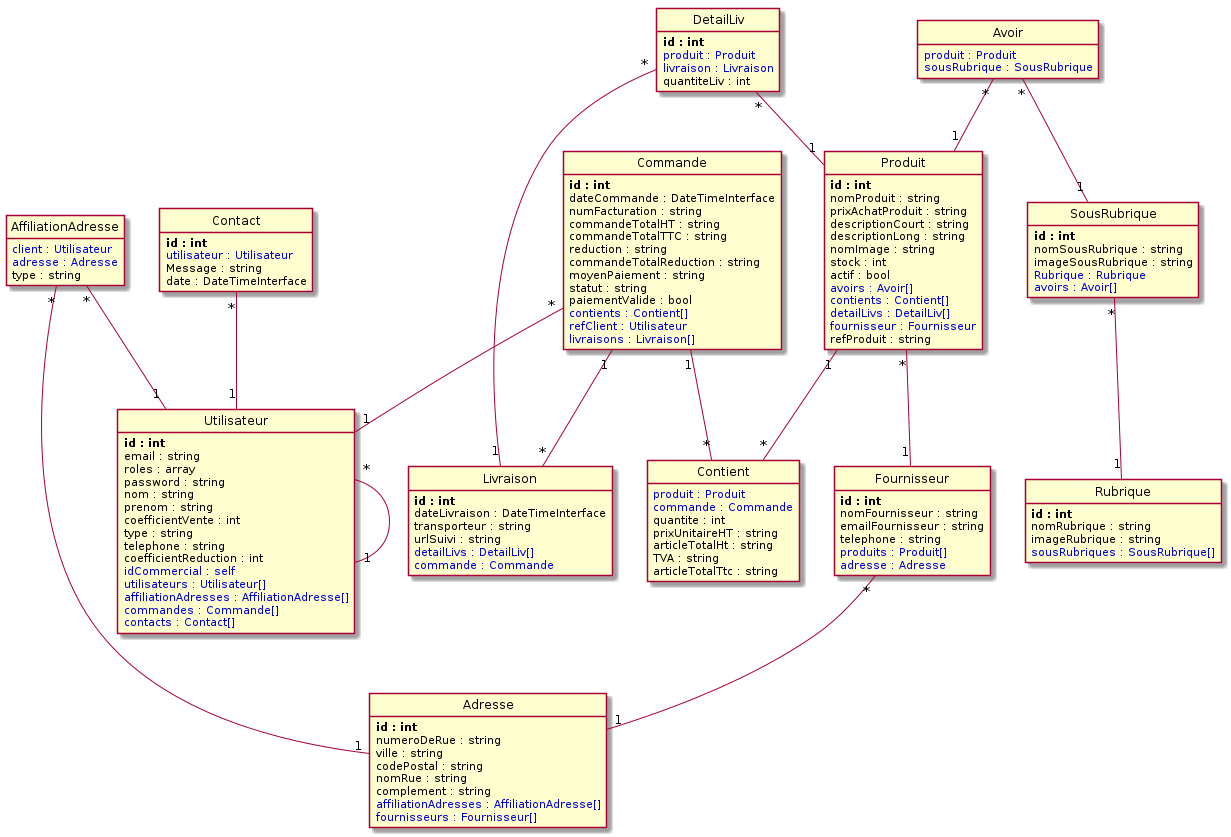
Before: VillageGreen/puml/index.png, a diagram exported from PlantUML (SjSlayde/greenvillage). Its source is kept beside it as VillageGreen/puml/index.puml.
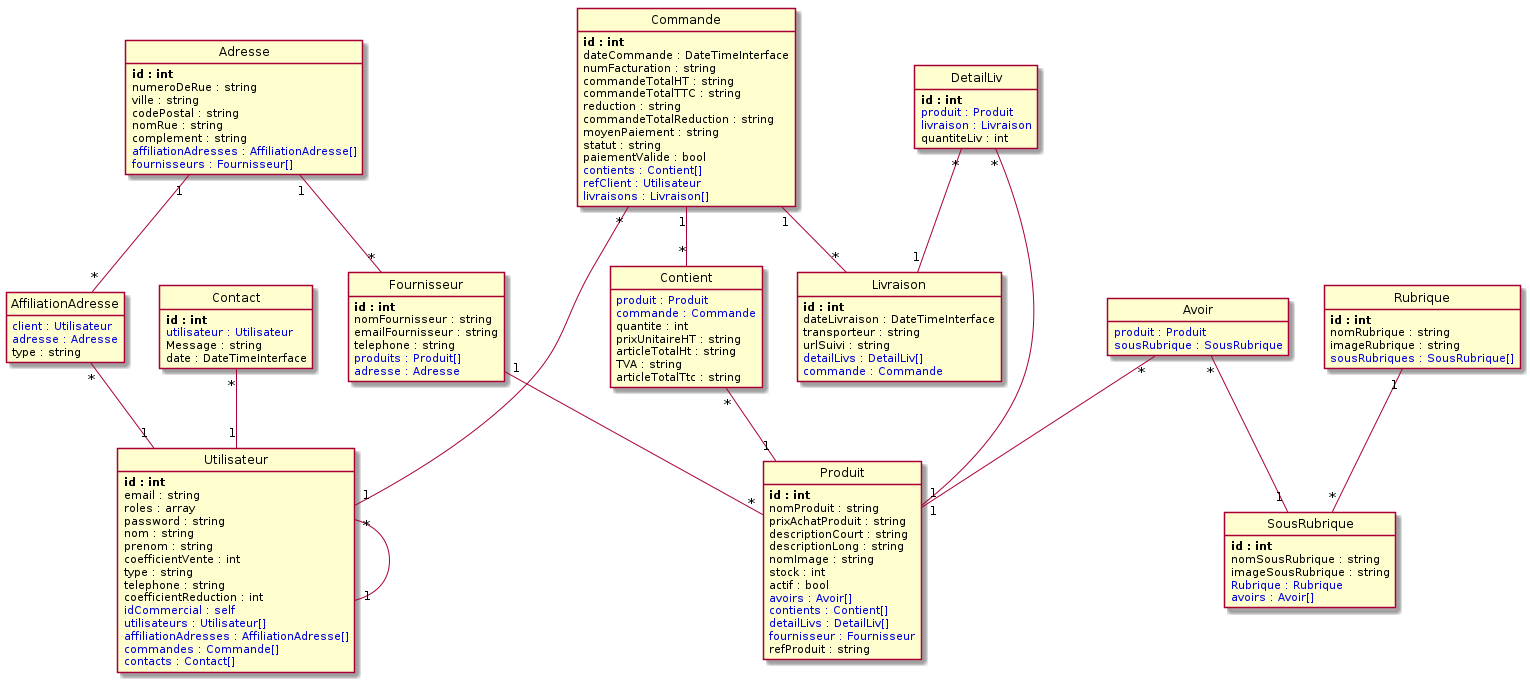
The same file after the commit.

The edit, as a diff of the source:
```diff
@@ -1,16 +1,24 @@
 @startuml
-class DetailLiv {
+class Adresse {
 	**id : int**
-	<color:#0000dd>produit : Produit</color>
-	<color:#0000dd>livraison : Livraison</color>
-	quantiteLiv : int
+	numeroDeRue : string
+	ville : string
+	codePostal : string
+	nomRue : string
+	complement : string
+	<color:#0000dd>affiliationAdresses : AffiliationAdresse[]</color>
+	<color:#0000dd>fournisseurs : Fournisseur[]</color>
 }
 
-class Contact {
-	**id : int**
-	<color:#0000dd>utilisateur : Utilisateur</color>
-	Message : string
-	date : DateTimeInterface
+class AffiliationAdresse {
+	<color:#0000dd>client : Utilisateur</color>
+	<color:#0000dd>adresse : Adresse</color>
+	type : string
+}
+
+class Avoir {
+	<color:#0000dd>produit : Produit</color>
+	<color:#0000dd>sousRubrique : SousRubrique</color>
 }
 
 class Commande {
@@ -29,9 +37,46 @@
 	<color:#0000dd>livraisons : Livraison[]</color>
 }
 
-class Avoir {
+class Contact {
+	**id : int**
+	<color:#0000dd>utilisateur : Utilisateur</color>
+	Message : string
+	date : DateTimeInterface
+}
+
+class Contient {
 	<color:#0000dd>produit : Produit</color>
-	<color:#0000dd>sousRubrique : SousRubrique</color>
+	<color:#0000dd>commande : Commande</color>
+	quantite : int
+	prixUnitaireHT : string
+	articleTotalHt : string
+	TVA : string
+	articleTotalTtc : string
+}
+
+class DetailLiv {
+	**id : int**
+	<color:#0000dd>produit : Produit</color>
+	<color:#0000dd>livraison : Livraison</color>
+	quantiteLiv : int
+}
+
+class Fournisseur {
+	**id : int**
+	nomFournisseur : string
+	emailFournisseur : string
+	telephone : string
+	<color:#0000dd>produits : Produit[]</color>
+	<color:#0000dd>adresse : Adresse</color>
+}
+
+class Livraison {
+	**id : int**
+	dateLivraison : DateTimeInterface
+	transporteur : string
+	urlSuivi : string
+	<color:#0000dd>detailLivs : DetailLiv[]</color>
+	<color:#0000dd>commande : Commande</color>
 }
 
 class Produit {
@@ -50,19 +95,11 @@
 	refProduit : string
 }
 
-class Livraison {
+class Rubrique {
 	**id : int**
-	dateLivraison : DateTimeInterface
-	transporteur : string
-	urlSuivi : string
-	<color:#0000dd>detailLivs : DetailLiv[]</color>
-	<color:#0000dd>commande : Commande</color>
-}
-
-class AffiliationAdresse {
-	<color:#0000dd>client : Utilisateur</color>
-	<color:#0000dd>adresse : Adresse</color>
-	type : string
+	nomRubrique : string
+	imageRubrique : string
+	<color:#0000dd>sousRubriques : SousRubrique[]</color>
 }
 
 class SousRubrique {
@@ -71,43 +108,6 @@
 	imageSousRubrique : string
 	<color:#0000dd>Rubrique : Rubrique</color>
 	<color:#0000dd>avoirs : Avoir[]</color>
-}
-
-class Rubrique {
-	**id : int**
-	nomRubrique : string
-	imageRubrique : string
-	<color:#0000dd>sousRubriques : SousRubrique[]</color>
-}
-
-class Fournisseur {
-	**id : int**
-	nomFournisseur : string
-	emailFournisseur : string
-	telephone : string
-	<color:#0000dd>produits : Produit[]</color>
-	<color:#0000dd>adresse : Adresse</color>
-}
-
-class Adresse {
-	**id : int**
-	numeroDeRue : string
-	ville : string
-	codePostal : string
-	nomRue : string
-	complement : string
-	<color:#0000dd>affiliationAdresses : AffiliationAdresse[]</color>
-	<color:#0000dd>fournisseurs : Fournisseur[]</color>
-}
-
-class Contient {
-	<color:#0000dd>produit : Produit</color>
-	<color:#0000dd>commande : Commande</color>
-	quantite : int
-	prixUnitaireHT : string
-	articleTotalHt : string
-	TVA : string
-	articleTotalTtc : string
 }
 
 class Utilisateur {
@@ -128,20 +128,20 @@
 	<color:#0000dd>contacts : Contact[]</color>
 }
 
-DetailLiv "*"--"1" Produit
-DetailLiv "*"--"1" Livraison
-Contact "*"--"1" Utilisateur
+Adresse "1"--"*" AffiliationAdresse
+Adresse "1"--"*" Fournisseur
+AffiliationAdresse "*"--"1" Utilisateur
+Avoir "*"--"1" Produit
+Avoir "*"--"1" SousRubrique
 Commande "1"--"*" Contient
 Commande "*"--"1" Utilisateur
 Commande "1"--"*" Livraison
-Avoir "*"--"1" Produit
-Avoir "*"--"1" SousRubrique
-Produit "1"--"*" Contient
-Produit "*"--"1" Fournisseur
-AffiliationAdresse "*"--"1" Utilisateur
-AffiliationAdresse "*"--"1" Adresse
-SousRubrique "*"--"1" Rubrique
-Fournisseur "*"--"1" Adresse
+Contact "*"--"1" Utilisateur
+Contient "*"--"1" Produit
+DetailLiv "*"--"1" Produit
+DetailLiv "*"--"1" Livraison
+Fournisseur "1"--"*" Produit
+Rubrique "1"--"*" SousRubrique
 Utilisateur "*"--"1" Utilisateur
 
 
```
